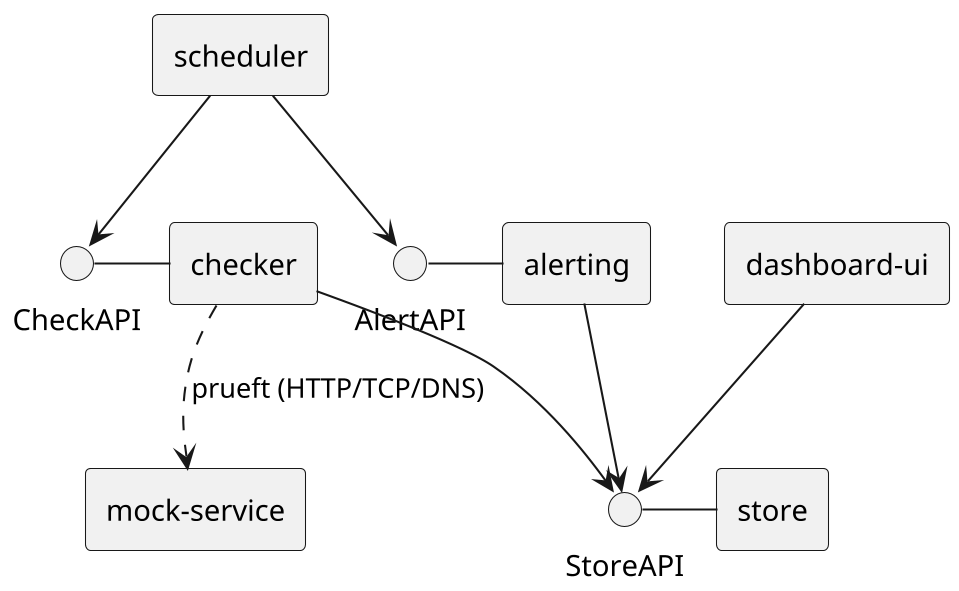
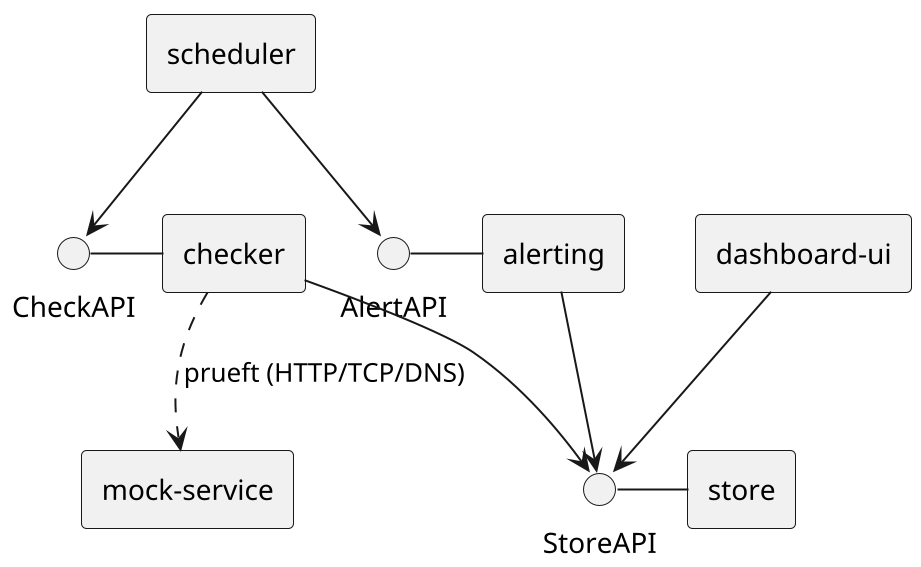
@startuml IT-Service-Monitor-Komponenten
- skinparam dpi 200
+ scale 2
skinparam componentStyle rectangle

component "scheduler" as SCH
component "checker" as CHK
component "store" as STO
component "alerting" as ALR
component "dashboard-ui" as UI
component "mock-service" as MOCK

interface "CheckAPI" as ICheck
interface "StoreAPI" as IStore
interface "AlertAPI" as IAlert

SCH --> ICheck
ICheck - CHK
CHK --> IStore
IStore - STO
CHK ..> MOCK : prueft (HTTP/TCP/DNS)
ALR --> IStore
SCH --> IAlert
IAlert - ALR
UI --> IStore
@enduml
